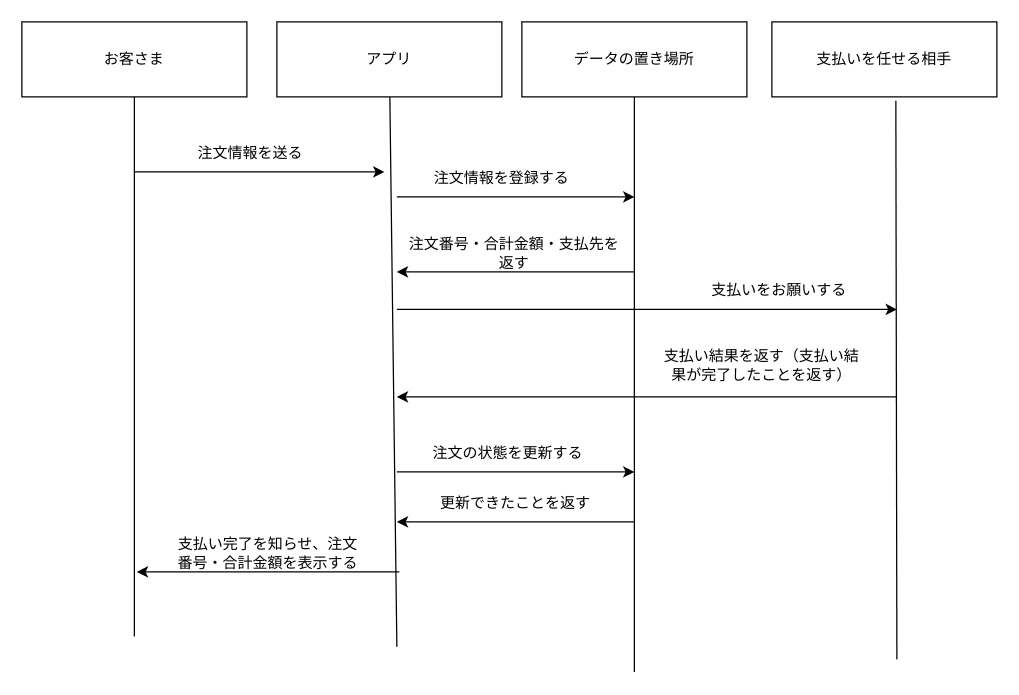
Above: docs/13-6/cafe-sequence.drawio in keiko-32/post-app-practice (draw.io), before the change. Source tidied: cells renumbered, new cells numbered last; positions are measured from the earlier drawing's top-left corner, leaving out a move shared by most shapes. Both pictures are drawn from the tidied source at 125%, with x=0, y=0 at pixel (21, 21).
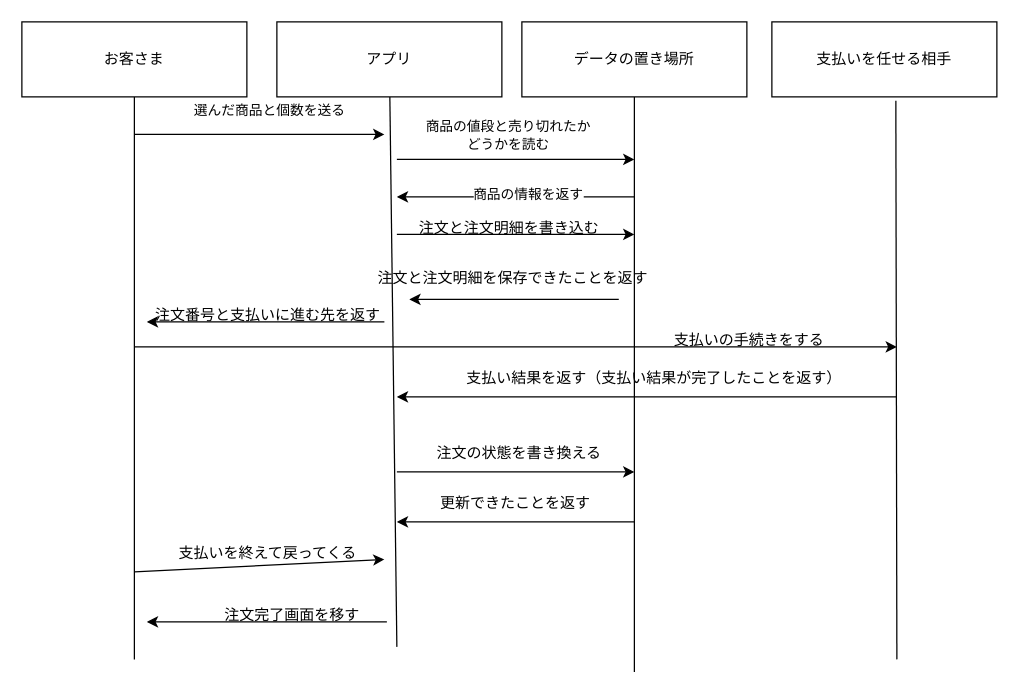
The same page after the edit.

Unchanged cells that the change refers to:
```xml
<mxCell id="3" value="お客さま" style="rounded=0;whiteSpace=wrap;html=1;" parent="1" vertex="1">
  <mxGeometry width="180" height="60" as="geometry" />
</mxCell>
```

What changed in the source:
```diff
@@
     <mxCell id="2" style="rounded=0;jettySize=auto;html=1;endArrow=none;endFill=0;" parent="1" edge="1" source="3">
       <mxGeometry relative="1" as="geometry">
-        <mxPoint x="90" y="491.6" as="targetPoint" />
+        <mxPoint x="90" y="510" as="targetPoint" />
       </mxGeometry>
     </mxCell>
@@
     <mxCell id="8" style="endArrow=classic;html=1;rounded=0;" parent="1" edge="1">
       <mxGeometry relative="1" as="geometry">
-        <mxPoint x="90" y="120" as="sourcePoint" />
-        <mxPoint x="290" y="120" as="targetPoint" />
+        <mxPoint x="290" y="240" as="sourcePoint" />
+        <mxPoint x="100" y="240" as="targetPoint" />
       </mxGeometry>
     </mxCell>
-    <mxCell id="9" value="注文情報を送る" style="text;html=1;whiteSpace=wrap;strokeColor=none;fillColor=none;align=center;verticalAlign=middle;rounded=0;" parent="1" vertex="1">
-      <mxGeometry x="120" y="90" width="126" height="30" as="geometry" />
-    </mxCell>
-    <mxCell id="10" value="注文情報を登録する" style="text;html=1;whiteSpace=wrap;strokeColor=none;fillColor=none;align=center;verticalAlign=middle;rounded=0;" parent="1" vertex="1">
-      <mxGeometry x="326" y="110" width="116" height="30" as="geometry" />
-    </mxCell>
     <mxCell id="11" style="endArrow=classic;html=1;rounded=0;" parent="1" edge="1">
       <mxGeometry relative="1" as="geometry">
-        <mxPoint x="300" y="140" as="sourcePoint" />
-        <mxPoint x="490" y="140" as="targetPoint" />
+        <mxPoint x="300" y="170" as="sourcePoint" />
+        <mxPoint x="490" y="170" as="targetPoint" />
       </mxGeometry>
     </mxCell>
-    <mxCell id="12" value="注文番号・合計金額・支払先を返す" style="text;html=1;whiteSpace=wrap;strokeColor=none;fillColor=none;align=center;verticalAlign=middle;rounded=0;" parent="1" vertex="1">
-      <mxGeometry x="304" y="170" width="180" height="30" as="geometry" />
-    </mxCell>
-    <mxCell id="13" style="endArrow=classic;html=1;rounded=0;" parent="1" edge="1">
+    <mxCell id="13" style="endArrow=classic;html=1;rounded=0;exitX=0.874;exitY=1.066;exitDx=0;exitDy=0;exitPerimeter=0;" parent="1" edge="1" source="12">
       <mxGeometry relative="1" as="geometry">
-        <mxPoint x="490" y="200" as="sourcePoint" />
-        <mxPoint x="300" y="200" as="targetPoint" />
+        <mxPoint x="310" y="222" as="targetPoint" />
       </mxGeometry>
     </mxCell>
-    <mxCell id="14" value="支払いをお願いする" style="text;html=1;whiteSpace=wrap;strokeColor=none;fillColor=none;align=center;verticalAlign=middle;rounded=0;" parent="1" vertex="1">
-      <mxGeometry x="526" y="200" width="160" height="30" as="geometry" />
+    <mxCell id="14" value="支払いの手続きをする" style="text;html=1;whiteSpace=wrap;strokeColor=none;fillColor=none;align=center;verticalAlign=middle;rounded=0;" parent="1" vertex="1">
+      <mxGeometry x="502" y="240" width="160" height="30" as="geometry" />
     </mxCell>
     <mxCell id="15" style="endArrow=classic;html=1;rounded=0;" parent="1" edge="1">
       <mxGeometry relative="1" as="geometry">
-        <mxPoint x="300" y="230" as="sourcePoint" />
-        <mxPoint x="700" y="230" as="targetPoint" />
+        <mxPoint x="90" y="260" as="sourcePoint" />
+        <mxPoint x="700" y="260" as="targetPoint" />
       </mxGeometry>
     </mxCell>
     <mxCell id="16" value="支払い結果を返す（支払い結果が完了したことを返す）" style="text;html=1;whiteSpace=wrap;strokeColor=none;fillColor=none;align=center;verticalAlign=middle;rounded=0;" parent="1" vertex="1">
-      <mxGeometry x="512" y="260" width="160" height="30" as="geometry" />
+      <mxGeometry x="350" y="270" width="312" height="30" as="geometry" />
     </mxCell>
@@
-    <mxCell id="18" value="支払い完了を知らせ、注文番号・合計金額を表示する" style="text;html=1;whiteSpace=wrap;strokeColor=none;fillColor=none;align=center;verticalAlign=middle;rounded=0;" parent="1" vertex="1">
+    <mxCell id="18" value="支払いを終えて戻ってくる" style="text;html=1;whiteSpace=wrap;strokeColor=none;fillColor=none;align=center;verticalAlign=middle;rounded=0;" parent="1" vertex="1">
       <mxGeometry x="120" y="410" width="154" height="30" as="geometry" />
     </mxCell>
     <mxCell id="19" style="endArrow=classic;html=1;rounded=0;" parent="1" edge="1">
       <mxGeometry relative="1" as="geometry">
-        <mxPoint x="302" y="440" as="sourcePoint" />
-        <mxPoint x="92" y="440" as="targetPoint" />
+        <mxPoint x="292" y="480" as="sourcePoint" />
+        <mxPoint x="100" y="480" as="targetPoint" />
       </mxGeometry>
     </mxCell>
@@
-    <mxCell id="25" value="注文の状態を更新する" style="text;html=1;whiteSpace=wrap;strokeColor=none;fillColor=none;align=center;verticalAlign=middle;rounded=0;" parent="1" vertex="1">
-      <mxGeometry x="326" y="330" width="126" height="30" as="geometry" />
+    <mxCell id="25" value="注文の状態を書き換える" style="text;html=1;whiteSpace=wrap;strokeColor=none;fillColor=none;align=center;verticalAlign=middle;rounded=0;" parent="1" vertex="1">
+      <mxGeometry x="326" y="330" width="144" height="30" as="geometry" />
     </mxCell>
+    <mxCell id="26" style="endArrow=classic;html=1;rounded=0;" parent="1" edge="1">
+      <mxGeometry relative="1" as="geometry">
+        <mxPoint x="90" y="90" as="sourcePoint" />
+        <mxPoint x="290" y="90" as="targetPoint" />
+      </mxGeometry>
+    </mxCell>
+    <mxCell id="27" value="選んだ商品と個数を送る" style="edgeLabel;html=1;align=center;verticalAlign=middle;" parent="26" vertex="1">
+      <mxGeometry x="0.04" y="6" relative="1" as="geometry">
+        <mxPoint x="3" y="-14" as="offset" />
+      </mxGeometry>
+    </mxCell>
+    <mxCell id="28" style="endArrow=classic;html=1;rounded=0;" parent="1" edge="1">
+      <mxGeometry relative="1" as="geometry">
+        <mxPoint x="300" y="110" as="sourcePoint" />
+        <mxPoint x="490" y="110" as="targetPoint" />
+      </mxGeometry>
+    </mxCell>
+    <mxCell id="29" value="商品の値段と売り切れたか&lt;div&gt;どうかを読む&lt;/div&gt;" style="edgeLabel;html=1;align=center;verticalAlign=middle;" parent="28" vertex="1">
+      <mxGeometry x="-0.29" y="-4" relative="1" as="geometry">
+        <mxPoint x="21" y="-24" as="offset" />
+      </mxGeometry>
+    </mxCell>
+    <mxCell id="30" style="endArrow=classic;html=1;rounded=0;" parent="1" edge="1">
+      <mxGeometry relative="1" as="geometry">
+        <mxPoint x="490" y="140" as="sourcePoint" />
+        <mxPoint x="300" y="140" as="targetPoint" />
+      </mxGeometry>
+    </mxCell>
+    <mxCell id="31" value="商品の情報を返す" style="edgeLabel;html=1;align=center;verticalAlign=middle;" parent="30" vertex="1">
+      <mxGeometry x="-0.1" y="-3" relative="1" as="geometry" />
+    </mxCell>
+    <mxCell id="10" value="注文と注文明細を書き込む" style="text;html=1;whiteSpace=wrap;strokeColor=none;fillColor=none;align=center;verticalAlign=middle;rounded=0;" parent="1" vertex="1">
+      <mxGeometry x="310" y="150" width="160" height="30" as="geometry" />
+    </mxCell>
+    <mxCell id="9" value="注文番号と支払いに進む先を返す" style="text;html=1;whiteSpace=wrap;strokeColor=none;fillColor=none;align=center;verticalAlign=middle;rounded=0;" parent="1" vertex="1">
+      <mxGeometry x="102" y="220" width="190" height="30" as="geometry" />
+    </mxCell>
+    <mxCell id="12" value="注文と注文明細を保存できたことを返す" style="text;html=1;whiteSpace=wrap;strokeColor=none;fillColor=none;align=center;verticalAlign=middle;rounded=0;" parent="1" vertex="1">
+      <mxGeometry x="280" y="190" width="226" height="30" as="geometry" />
+    </mxCell>
+    <mxCell id="32" style="endArrow=classic;html=1;rounded=0;" parent="1" edge="1">
+      <mxGeometry relative="1" as="geometry">
+        <mxPoint x="90" y="440" as="sourcePoint" />
+        <mxPoint x="290" y="430" as="targetPoint" />
+      </mxGeometry>
+    </mxCell>
+    <mxCell id="33" value="注文完了画面を移す" style="text;html=1;whiteSpace=wrap;strokeColor=none;fillColor=none;align=center;verticalAlign=middle;rounded=0;" parent="1" vertex="1">
+      <mxGeometry x="160" y="460" width="113" height="30" as="geometry" />
+    </mxCell>
```
